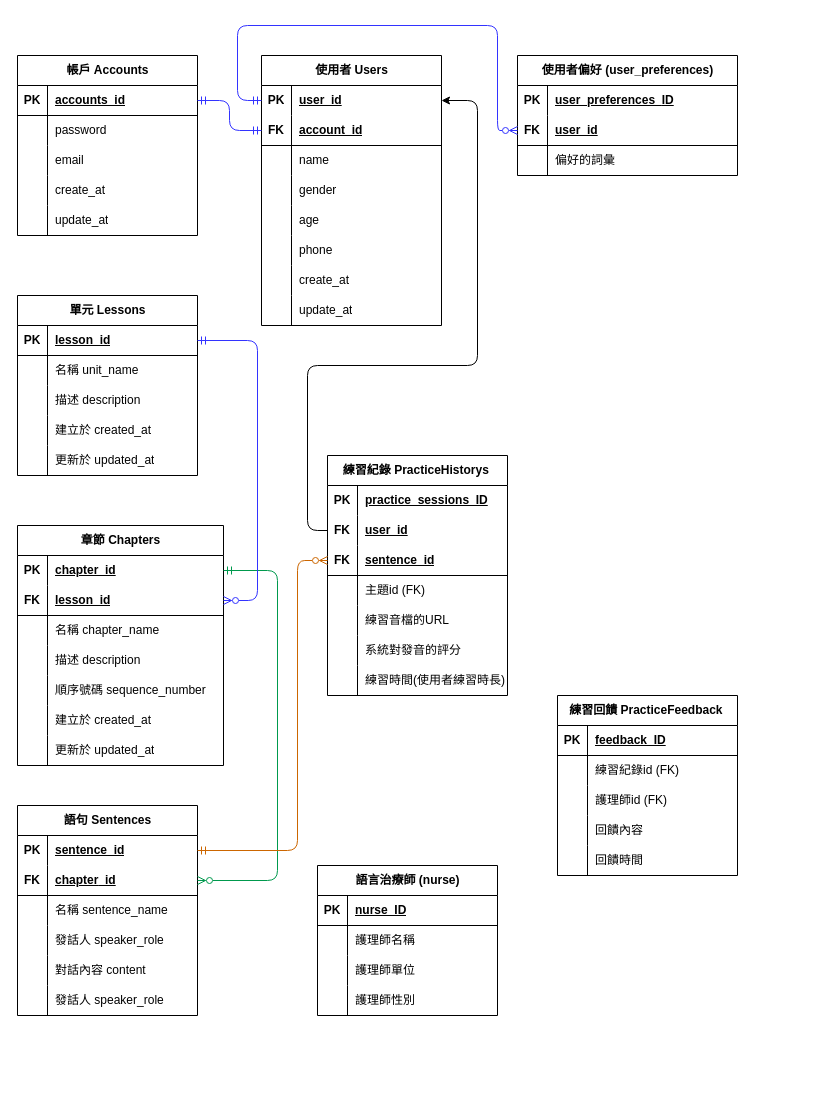
jasonyaaa/backend keeps this draw.io diagram as docs/ERD.drawio. Above is the earlier version. Source tidied: cells renumbered, new cells numbered last; positions are measured from the earlier drawing's top-left corner, leaving out a move shared by most shapes. Both pictures are drawn from the tidied source at 100%, with x=0, y=0 at pixel (17, 25).
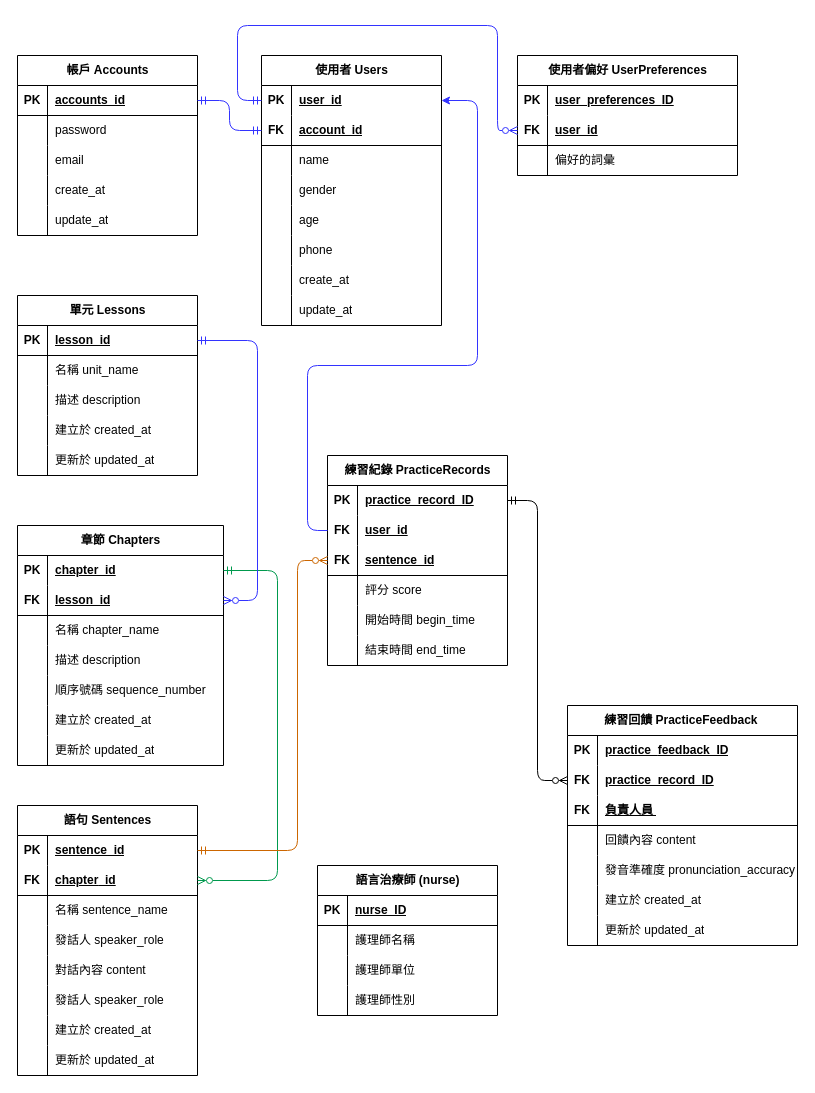
The same page after the edit.

Unchanged cells that the change refers to:
```xml
<mxCell id="3" style="shape=tableRow;horizontal=0;startSize=0;swimlaneHead=0;swimlaneBody=0;fillColor=none;points=[[0,0.5],[1,0.5]];portConstraint=eastwest;top=0;left=0;right=0;bottom=0;" parent="2" vertex="1">
  <mxGeometry y="30" width="180" height="30" as="geometry" />
</mxCell>
<mxCell id="55" style="shape=tableRow;horizontal=0;startSize=0;swimlaneHead=0;swimlaneBody=0;fillColor=none;points=[[0,0.5],[1,0.5]];portConstraint=eastwest;top=0;left=0;right=0;bottom=0;" parent="54" vertex="1">
  <mxGeometry y="30" width="180" height="30" as="geometry" />
</mxCell>
<mxCell id="58" style="shape=tableRow;horizontal=0;startSize=0;swimlaneHead=0;swimlaneBody=0;fillColor=none;points=[[0,0.5],[1,0.5]];portConstraint=eastwest;top=0;left=0;right=0;bottom=0;" parent="54" vertex="1">
  <mxGeometry y="60" width="180" height="30" as="geometry" />
</mxCell>
<mxCell id="67" style="shape=tableRow;horizontal=0;startSize=0;swimlaneHead=0;swimlaneBody=0;fillColor=none;top=0;left=0;right=0;bottom=0;" parent="54" vertex="1">
  <mxGeometry y="150" width="180" height="30" as="geometry" />
</mxCell>
```

Change to the diagram source:
```diff
@@
-    <mxCell id="44" value="使用者偏好 (user_preferences)" style="shape=table;startSize=30;childLayout=tableLayout;rowLines=0;fontStyle=1;align=center;html=1;" parent="1" vertex="1">
+    <mxCell id="44" value="使用者偏好 UserPreferences" style="shape=table;startSize=30;childLayout=tableLayout;rowLines=0;fontStyle=1;align=center;html=1;" parent="1" vertex="1">
       <mxGeometry x="500" y="30" width="220" height="120" as="geometry" />
     </mxCell>
@@
-    <mxCell id="54" value="練習紀錄 PracticeHistorys&amp;nbsp;" style="shape=table;startSize=30;childLayout=tableLayout;rowLines=0;fontStyle=1;align=center;html=1;" parent="1" vertex="1">
-      <mxGeometry x="310" y="430" width="180" height="240" as="geometry" />
+    <mxCell id="54" value="練習紀錄 PracticeRecords" style="shape=table;startSize=30;childLayout=tableLayout;rowLines=0;fontStyle=1;align=center;html=1;" parent="1" vertex="1">
+      <mxGeometry x="310" y="430" width="180" height="210" as="geometry" />
     </mxCell>
@@
-    <mxCell id="57" value="practice_sessions_ID" style="shape=partialRectangle;fillColor=none;top=0;left=0;bottom=0;right=0;align=left;spacingLeft=6;fontStyle=5;overflow=hidden;whiteSpace=wrap;html=1;" parent="55" vertex="1">
+    <mxCell id="57" value="practice_record_ID" style="shape=partialRectangle;fillColor=none;top=0;left=0;bottom=0;right=0;align=left;spacingLeft=6;fontStyle=5;overflow=hidden;whiteSpace=wrap;html=1;" parent="55" vertex="1">
       <mxGeometry x="30" width="150" height="30" as="geometry" />
     </mxCell>
@@
-    <mxCell id="64" style="shape=tableRow;horizontal=0;startSize=0;swimlaneHead=0;swimlaneBody=0;fillColor=none;top=0;left=0;right=0;bottom=0;" parent="54" vertex="1">
-      <mxGeometry y="120" width="180" height="30" as="geometry" />
-    </mxCell>
-    <mxCell id="65" style="shape=partialRectangle;fillColor=none;top=0;left=0;bottom=0;right=0;overflow=hidden;whiteSpace=wrap;html=1;" parent="64" vertex="1">
-      <mxGeometry width="30" height="30" as="geometry" />
-    </mxCell>
-    <mxCell id="66" value="主題id (FK)" style="shape=partialRectangle;fillColor=none;top=0;left=0;bottom=0;right=0;align=left;spacingLeft=6;overflow=hidden;whiteSpace=wrap;html=1;" parent="64" vertex="1">
-      <mxGeometry x="30" width="150" height="30" as="geometry" />
-    </mxCell>
+    <mxCell id="70" style="shape=tableRow;horizontal=0;startSize=0;swimlaneHead=0;swimlaneBody=0;fillColor=none;top=0;left=0;right=0;bottom=0;" parent="54" vertex="1">
+      <mxGeometry y="120" width="180" height="30" as="geometry" />
+    </mxCell>
+    <mxCell id="71" style="shape=partialRectangle;fillColor=none;top=0;left=0;bottom=0;right=0;overflow=hidden;whiteSpace=wrap;html=1;" parent="70" vertex="1">
+      <mxGeometry width="30" height="30" as="geometry" />
+    </mxCell>
+    <mxCell id="72" value="評分 score" style="shape=partialRectangle;fillColor=none;top=0;left=0;bottom=0;right=0;align=left;spacingLeft=6;overflow=hidden;whiteSpace=wrap;html=1;" parent="70" vertex="1">
+      <mxGeometry x="30" width="150" height="30" as="geometry" />
+    </mxCell>
@@
-    <mxCell id="69" value="練習音檔的URL" style="shape=partialRectangle;fillColor=none;top=0;left=0;bottom=0;right=0;align=left;spacingLeft=6;overflow=hidden;whiteSpace=wrap;html=1;" parent="67" vertex="1">
+    <mxCell id="69" value="開始時間 begin_time" style="shape=partialRectangle;fillColor=none;top=0;left=0;bottom=0;right=0;align=left;spacingLeft=6;overflow=hidden;whiteSpace=wrap;html=1;" parent="67" vertex="1">
       <mxGeometry x="30" width="150" height="30" as="geometry" />
     </mxCell>
-    <mxCell id="70" style="shape=tableRow;horizontal=0;startSize=0;swimlaneHead=0;swimlaneBody=0;fillColor=none;top=0;left=0;right=0;bottom=0;" parent="54" vertex="1">
-      <mxGeometry y="180" width="180" height="30" as="geometry" />
-    </mxCell>
-    <mxCell id="71" style="shape=partialRectangle;fillColor=none;top=0;left=0;bottom=0;right=0;overflow=hidden;whiteSpace=wrap;html=1;" parent="70" vertex="1">
-      <mxGeometry width="30" height="30" as="geometry" />
-    </mxCell>
-    <mxCell id="72" value="系統對發音的評分" style="shape=partialRectangle;fillColor=none;top=0;left=0;bottom=0;right=0;align=left;spacingLeft=6;overflow=hidden;whiteSpace=wrap;html=1;" parent="70" vertex="1">
-      <mxGeometry x="30" width="150" height="30" as="geometry" />
-    </mxCell>
     <mxCell id="73" style="shape=tableRow;horizontal=0;startSize=0;swimlaneHead=0;swimlaneBody=0;fillColor=none;top=0;left=0;right=0;bottom=0;" parent="54" vertex="1">
-      <mxGeometry y="210" width="180" height="30" as="geometry" />
+      <mxGeometry y="180" width="180" height="30" as="geometry" />
     </mxCell>
@@
-    <mxCell id="75" value="練習時間(使用者練習時長)" style="shape=partialRectangle;fillColor=none;top=0;left=0;bottom=0;right=0;align=left;spacingLeft=6;overflow=hidden;whiteSpace=wrap;html=1;" parent="73" vertex="1">
+    <mxCell id="75" value="結束時間 end_time" style="shape=partialRectangle;fillColor=none;top=0;left=0;bottom=0;right=0;align=left;spacingLeft=6;overflow=hidden;whiteSpace=wrap;html=1;" parent="73" vertex="1">
       <mxGeometry x="30" width="150" height="30" as="geometry" />
     </mxCell>
@@
     <mxCell id="77" value="練習回饋&amp;nbsp;&lt;span style=&quot;color: rgb(0, 0, 0);&quot;&gt;PracticeFeedback&amp;nbsp;&lt;/span&gt;" style="shape=table;startSize=30;childLayout=tableLayout;rowLines=0;fontStyle=1;align=center;html=1;" parent="1" vertex="1">
-      <mxGeometry x="540" y="670" width="180" height="180" as="geometry" />
+      <mxGeometry x="550" y="680" width="230" height="240" as="geometry" />
     </mxCell>
-    <mxCell id="78" style="shape=tableRow;horizontal=0;startSize=0;swimlaneHead=0;swimlaneBody=0;fillColor=none;top=0;left=0;right=0;bottom=1;" parent="77" vertex="1">
-      <mxGeometry y="30" width="180" height="30" as="geometry" />
+    <mxCell id="78" style="shape=tableRow;horizontal=0;startSize=0;swimlaneHead=0;swimlaneBody=0;fillColor=none;top=0;left=0;right=0;bottom=0;" parent="77" vertex="1">
+      <mxGeometry y="30" width="230" height="30" as="geometry" />
     </mxCell>
@@
-    <mxCell id="80" value="feedback_ID" style="shape=partialRectangle;fillColor=none;top=0;left=0;bottom=0;right=0;align=left;spacingLeft=6;fontStyle=5;overflow=hidden;whiteSpace=wrap;html=1;" parent="78" vertex="1">
-      <mxGeometry x="30" width="150" height="30" as="geometry" />
+    <mxCell id="80" value="&lt;span style=&quot;color: rgb(0, 0, 0); text-align: center; text-wrap-mode: nowrap;&quot;&gt;practice_&lt;/span&gt;feedback_ID" style="shape=partialRectangle;fillColor=none;top=0;left=0;bottom=0;right=0;align=left;spacingLeft=6;fontStyle=5;overflow=hidden;whiteSpace=wrap;html=1;" parent="78" vertex="1">
+      <mxGeometry x="30" width="200" height="30" as="geometry" />
     </mxCell>
-    <mxCell id="81" style="shape=tableRow;horizontal=0;startSize=0;swimlaneHead=0;swimlaneBody=0;fillColor=none;top=0;left=0;right=0;bottom=0;" parent="77" vertex="1">
-      <mxGeometry y="60" width="180" height="30" as="geometry" />
-    </mxCell>
-    <mxCell id="82" style="shape=partialRectangle;fillColor=none;top=0;left=0;bottom=0;right=0;overflow=hidden;whiteSpace=wrap;html=1;" parent="81" vertex="1">
-      <mxGeometry width="30" height="30" as="geometry" />
-    </mxCell>
-    <mxCell id="83" value="練習紀錄id (FK)" style="shape=partialRectangle;fillColor=none;top=0;left=0;bottom=0;right=0;align=left;spacingLeft=6;overflow=hidden;whiteSpace=wrap;html=1;" parent="81" vertex="1">
-      <mxGeometry x="30" width="150" height="30" as="geometry" />
-    </mxCell>
-    <mxCell id="84" style="shape=tableRow;horizontal=0;startSize=0;swimlaneHead=0;swimlaneBody=0;fillColor=none;top=0;left=0;right=0;bottom=0;" parent="77" vertex="1">
-      <mxGeometry y="90" width="180" height="30" as="geometry" />
-    </mxCell>
-    <mxCell id="85" style="shape=partialRectangle;fillColor=none;top=0;left=0;bottom=0;right=0;overflow=hidden;whiteSpace=wrap;html=1;" parent="84" vertex="1">
-      <mxGeometry width="30" height="30" as="geometry" />
-    </mxCell>
-    <mxCell id="86" value="護理師id (FK)" style="shape=partialRectangle;fillColor=none;top=0;left=0;bottom=0;right=0;align=left;spacingLeft=6;overflow=hidden;whiteSpace=wrap;html=1;" parent="84" vertex="1">
-      <mxGeometry x="30" width="150" height="30" as="geometry" />
-    </mxCell>
+    <mxCell id="168" style="shape=tableRow;horizontal=0;startSize=0;swimlaneHead=0;swimlaneBody=0;fillColor=none;points=[[0,0.5],[1,0.5]];portConstraint=eastwest;top=0;left=0;right=0;bottom=0;" parent="77" vertex="1">
+      <mxGeometry y="60" width="230" height="30" as="geometry" />
+    </mxCell>
+    <mxCell id="169" value="FK" style="shape=partialRectangle;fillColor=none;top=0;left=0;bottom=0;right=0;fontStyle=1;overflow=hidden;whiteSpace=wrap;html=1;" parent="168" vertex="1">
+      <mxGeometry width="30" height="30" as="geometry" />
+    </mxCell>
+    <mxCell id="170" value="&lt;span style=&quot;color: rgb(0, 0, 0);&quot;&gt;practice_record_ID&lt;/span&gt;" style="shape=partialRectangle;fillColor=none;top=0;left=0;bottom=0;right=0;align=left;spacingLeft=6;fontStyle=5;overflow=hidden;whiteSpace=wrap;html=1;" parent="168" vertex="1">
+      <mxGeometry x="30" width="200" height="30" as="geometry" />
+    </mxCell>
+    <mxCell id="171" style="shape=tableRow;horizontal=0;startSize=0;swimlaneHead=0;swimlaneBody=0;fillColor=none;top=0;left=0;right=0;bottom=1;" parent="77" vertex="1">
+      <mxGeometry y="90" width="230" height="30" as="geometry" />
+    </mxCell>
+    <mxCell id="172" value="FK" style="shape=partialRectangle;fillColor=none;top=0;left=0;bottom=0;right=0;fontStyle=1;overflow=hidden;whiteSpace=wrap;html=1;" parent="171" vertex="1">
+      <mxGeometry width="30" height="30" as="geometry" />
+    </mxCell>
+    <mxCell id="173" value="負責人員&amp;nbsp;" style="shape=partialRectangle;fillColor=none;top=0;left=0;bottom=0;right=0;align=left;spacingLeft=6;fontStyle=5;overflow=hidden;whiteSpace=wrap;html=1;" parent="171" vertex="1">
+      <mxGeometry x="30" width="200" height="30" as="geometry" />
+    </mxCell>
     <mxCell id="87" style="shape=tableRow;horizontal=0;startSize=0;swimlaneHead=0;swimlaneBody=0;fillColor=none;top=0;left=0;right=0;bottom=0;" parent="77" vertex="1">
-      <mxGeometry y="120" width="180" height="30" as="geometry" />
+      <mxGeometry y="120" width="230" height="30" as="geometry" />
     </mxCell>
@@
-    <mxCell id="89" value="回饋內容" style="shape=partialRectangle;fillColor=none;top=0;left=0;bottom=0;right=0;align=left;spacingLeft=6;overflow=hidden;whiteSpace=wrap;html=1;" parent="87" vertex="1">
-      <mxGeometry x="30" width="150" height="30" as="geometry" />
+    <mxCell id="89" value="回饋內容 content" style="shape=partialRectangle;fillColor=none;top=0;left=0;bottom=0;right=0;align=left;spacingLeft=6;overflow=hidden;whiteSpace=wrap;html=1;" parent="87" vertex="1">
+      <mxGeometry x="30" width="200" height="30" as="geometry" />
     </mxCell>
+    <mxCell id="174" style="shape=tableRow;horizontal=0;startSize=0;swimlaneHead=0;swimlaneBody=0;fillColor=none;top=0;left=0;right=0;bottom=0;" parent="77" vertex="1">
+      <mxGeometry y="150" width="230" height="30" as="geometry" />
+    </mxCell>
+    <mxCell id="175" style="shape=partialRectangle;fillColor=none;top=0;left=0;bottom=0;right=0;overflow=hidden;whiteSpace=wrap;html=1;" parent="174" vertex="1">
+      <mxGeometry width="30" height="30" as="geometry" />
+    </mxCell>
+    <mxCell id="176" value="發音準確度&amp;nbsp;pronunciation_accuracy" style="shape=partialRectangle;fillColor=none;top=0;left=0;bottom=0;right=0;align=left;spacingLeft=6;overflow=hidden;whiteSpace=wrap;html=1;" parent="174" vertex="1">
+      <mxGeometry x="30" width="200" height="30" as="geometry" />
+    </mxCell>
     <mxCell id="90" style="shape=tableRow;horizontal=0;startSize=0;swimlaneHead=0;swimlaneBody=0;fillColor=none;top=0;left=0;right=0;bottom=0;" parent="77" vertex="1">
-      <mxGeometry y="150" width="180" height="30" as="geometry" />
+      <mxGeometry y="180" width="230" height="30" as="geometry" />
     </mxCell>
@@
-    <mxCell id="92" value="回饋時間" style="shape=partialRectangle;fillColor=none;top=0;left=0;bottom=0;right=0;align=left;spacingLeft=6;overflow=hidden;whiteSpace=wrap;html=1;" parent="90" vertex="1">
-      <mxGeometry x="30" width="150" height="30" as="geometry" />
+    <mxCell id="92" value="&lt;span style=&quot;color: rgb(0, 0, 0);&quot;&gt;建立於 created_at&lt;/span&gt;" style="shape=partialRectangle;fillColor=none;top=0;left=0;bottom=0;right=0;align=left;spacingLeft=6;overflow=hidden;whiteSpace=wrap;html=1;" parent="90" vertex="1">
+      <mxGeometry x="30" width="200" height="30" as="geometry" />
     </mxCell>
+    <mxCell id="177" style="shape=tableRow;horizontal=0;startSize=0;swimlaneHead=0;swimlaneBody=0;fillColor=none;top=0;left=0;right=0;bottom=0;" parent="77" vertex="1">
+      <mxGeometry y="210" width="230" height="30" as="geometry" />
+    </mxCell>
+    <mxCell id="178" style="shape=partialRectangle;fillColor=none;top=0;left=0;bottom=0;right=0;overflow=hidden;whiteSpace=wrap;html=1;" parent="177" vertex="1">
+      <mxGeometry width="30" height="30" as="geometry" />
+    </mxCell>
+    <mxCell id="179" value="&lt;span style=&quot;color: rgb(0, 0, 0);&quot;&gt;更新於 updated_at&lt;/span&gt;" style="shape=partialRectangle;fillColor=none;top=0;left=0;bottom=0;right=0;align=left;spacingLeft=6;overflow=hidden;whiteSpace=wrap;html=1;" parent="177" vertex="1">
+      <mxGeometry x="30" width="200" height="30" as="geometry" />
+    </mxCell>
@@
     <mxCell id="144" value="語句 Sentences" style="shape=table;startSize=30;childLayout=tableLayout;rowLines=0;fontStyle=1;align=center;html=1;" parent="1" vertex="1">
-      <mxGeometry y="780" width="180" height="210" as="geometry" />
+      <mxGeometry y="780" width="180" height="270" as="geometry" />
     </mxCell>
@@
+    <mxCell id="180" style="shape=tableRow;horizontal=0;startSize=0;swimlaneHead=0;swimlaneBody=0;fillColor=none;top=0;left=0;right=0;bottom=0;" parent="144" vertex="1">
+      <mxGeometry y="210" width="180" height="30" as="geometry" />
+    </mxCell>
+    <mxCell id="181" style="shape=partialRectangle;fillColor=none;top=0;left=0;bottom=0;right=0;overflow=hidden;whiteSpace=wrap;html=1;" parent="180" vertex="1">
+      <mxGeometry width="30" height="30" as="geometry" />
+    </mxCell>
+    <mxCell id="182" value="&lt;span style=&quot;color: rgb(0, 0, 0);&quot;&gt;建立於 created_at&lt;/span&gt;" style="shape=partialRectangle;fillColor=none;top=0;left=0;bottom=0;right=0;align=left;spacingLeft=6;overflow=hidden;whiteSpace=wrap;html=1;" parent="180" vertex="1">
+      <mxGeometry x="30" width="150" height="30" as="geometry" />
+    </mxCell>
+    <mxCell id="183" style="shape=tableRow;horizontal=0;startSize=0;swimlaneHead=0;swimlaneBody=0;fillColor=none;top=0;left=0;right=0;bottom=0;" parent="144" vertex="1">
+      <mxGeometry y="240" width="180" height="30" as="geometry" />
+    </mxCell>
+    <mxCell id="184" style="shape=partialRectangle;fillColor=none;top=0;left=0;bottom=0;right=0;overflow=hidden;whiteSpace=wrap;html=1;" parent="183" vertex="1">
+      <mxGeometry width="30" height="30" as="geometry" />
+    </mxCell>
+    <mxCell id="185" value="&lt;span style=&quot;color: rgb(0, 0, 0);&quot;&gt;更新於 updated_at&lt;/span&gt;" style="shape=partialRectangle;fillColor=none;top=0;left=0;bottom=0;right=0;align=left;spacingLeft=6;overflow=hidden;whiteSpace=wrap;html=1;" parent="183" vertex="1">
+      <mxGeometry x="30" width="150" height="30" as="geometry" />
+    </mxCell>
@@
-    <mxCell id="166" style="edgeStyle=orthogonalEdgeStyle;html=1;exitX=0;exitY=0.5;exitDx=0;exitDy=0;entryX=1;entryY=0.5;entryDx=0;entryDy=0;" parent="1" edge="1" source="58" target="3">
+    <mxCell id="166" style="edgeStyle=orthogonalEdgeStyle;html=1;exitX=0;exitY=0.5;exitDx=0;exitDy=0;entryX=1;entryY=0.5;entryDx=0;entryDy=0;strokeColor=#3333FF;" parent="1" edge="1" source="58" target="3">
       <mxGeometry relative="1" as="geometry">
         <Array as="points">
           <mxPoint x="290" y="505" />
           <mxPoint x="290" y="340" />
           <mxPoint x="460" y="340" />
           <mxPoint x="460" y="75" />
         </Array>
       </mxGeometry>
     </mxCell>
@@
+    <mxCell id="186" style="edgeStyle=orthogonalEdgeStyle;html=1;exitX=0;exitY=0.5;exitDx=0;exitDy=0;entryX=1;entryY=0.5;entryDx=0;entryDy=0;endArrow=ERmandOne;endFill=0;startArrow=ERzeroToMany;startFill=0;" parent="1" edge="1" source="168" target="55">
+      <mxGeometry relative="1" as="geometry" />
+    </mxCell>
```
